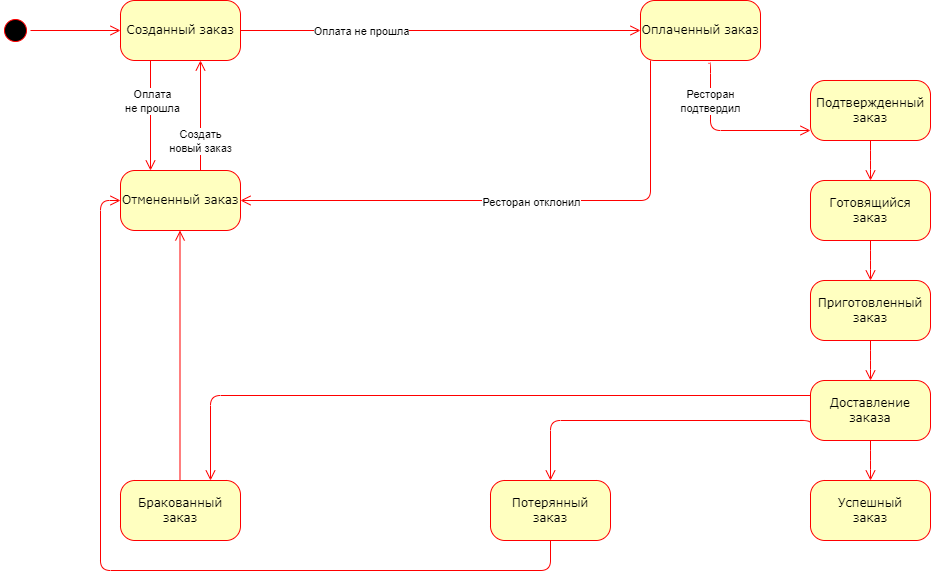
Before: Диаграмма_состояния.drawio.png, a diagram exported from draw.io (ellanta/tp_bi237_tz3). Source tidied: cells renumbered, new cells last; positions are measured from the earlier drawing's top-left corner, leaving out a move shared by most shapes.
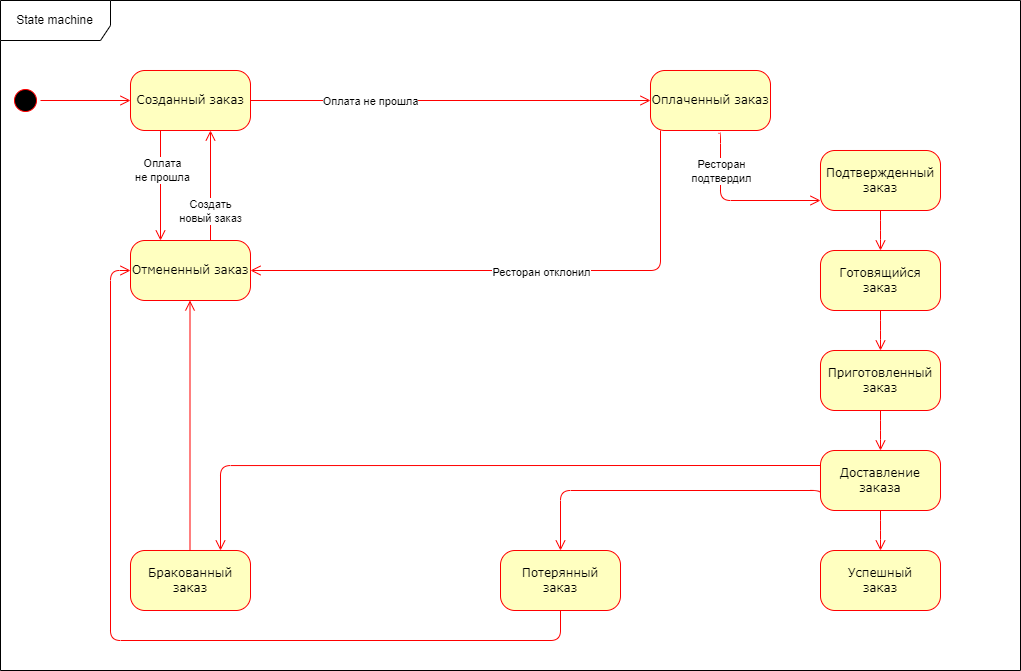
Later version of the same file.

The edit, as a diff of the source:
```diff
@@ -153,5 +153,8 @@
         </Array>
       </mxGeometry>
     </mxCell>
+    <mxCell id="32" value="State machine" style="shape=umlFrame;whiteSpace=wrap;html=1;width=110;height=40;" parent="1" vertex="1">
+      <mxGeometry x="-10" y="-70" width="1020" height="670" as="geometry" />
+    </mxCell>
   </root>
 </mxGraphModel>
```
